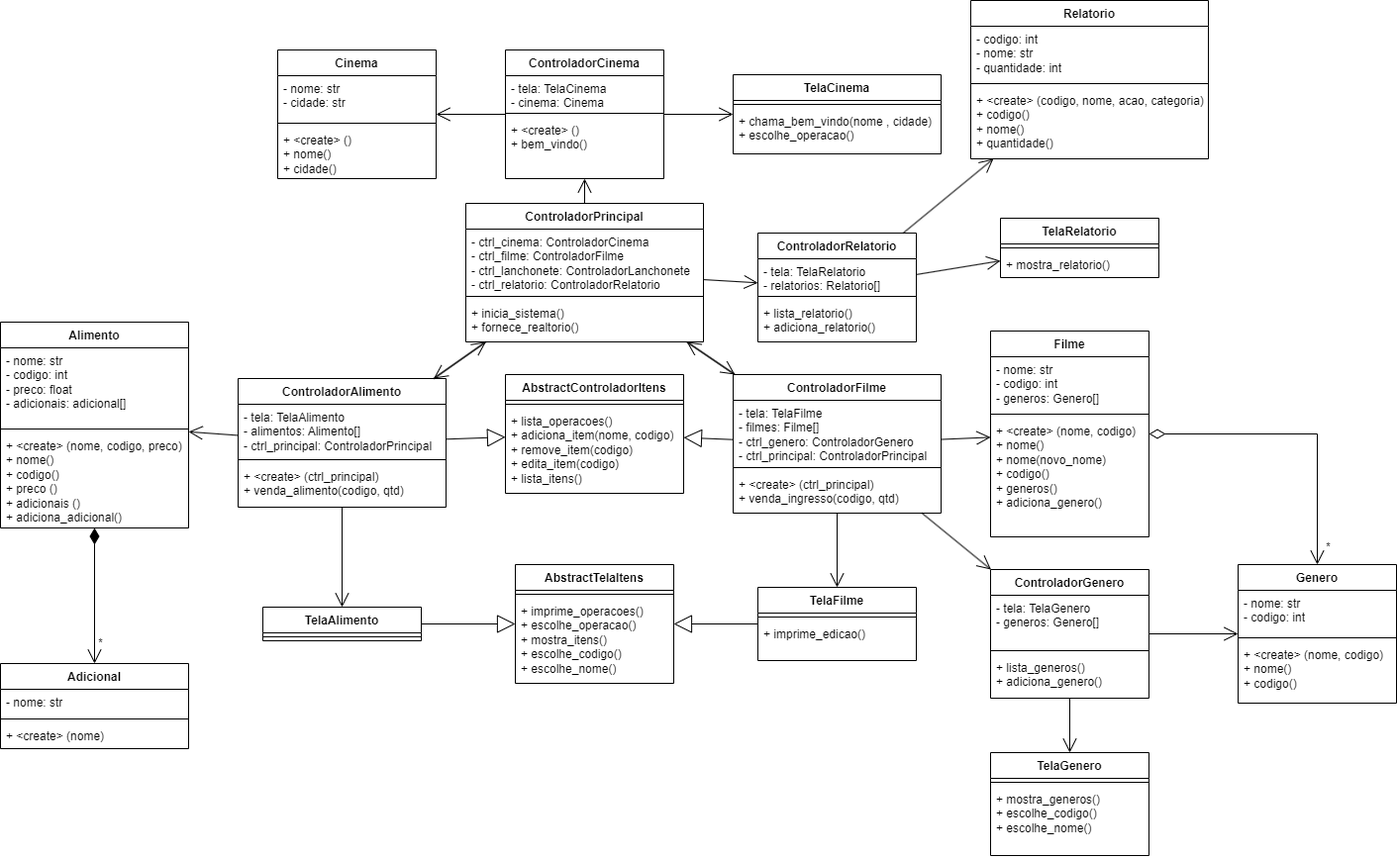
Above: ModelagemCinema.png in Gustavo-kohler/TrabalhoDSO (draw.io), before the change. Source tidied: cells renumbered, new cells last; positions are measured from the earlier drawing's top-left corner, leaving out a move shared by most shapes.
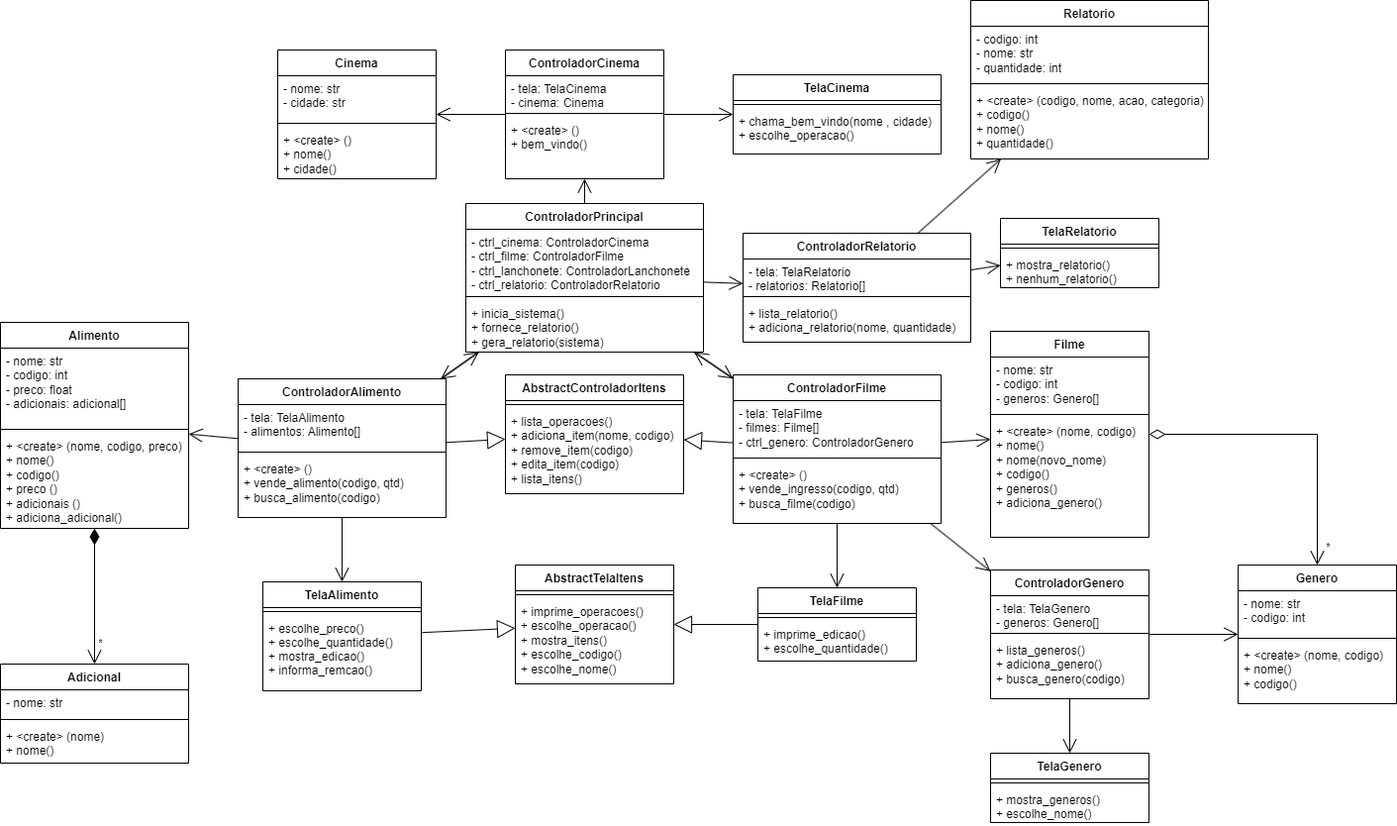
Later version of the same file.

Commit message:
adicionado metodo a tela alimento

Diff of the diagram source:
```diff
@@ -36,7 +36,7 @@
       <mxGeometry y="68" width="160" height="62" as="geometry" />
     </mxCell>
     <mxCell id="13" value="ControladorPrincipal" style="swimlane;fontStyle=1;align=center;verticalAlign=top;horizontal=1;startSize=26;whiteSpace=wrap;html=1;" parent="1" vertex="1">
-      <mxGeometry x="470" y="205" width="240" height="140" as="geometry" />
+      <mxGeometry x="470" y="205" width="240" height="150" as="geometry" />
     </mxCell>
     <mxCell id="14" value="- ctrl_cinema: ControladorCinema&lt;br&gt;- ctrl_filme: ControladorFilme&lt;br&gt;- ctrl_lanchonete: ControladorLanchonete&lt;br&gt;- ctrl_relatorio: ControladorRelatorio" style="text;strokeColor=none;fillColor=none;align=left;verticalAlign=top;spacingLeft=4;spacingRight=4;overflow=hidden;whiteSpace=wrap;html=1;" parent="13" vertex="1">
       <mxGeometry y="26" width="240" height="64" as="geometry" />
@@ -44,20 +44,20 @@
     <mxCell id="15" style="line;strokeWidth=1;fillColor=none;align=left;verticalAlign=middle;spacingTop=-1;spacingLeft=3;spacingRight=3;labelPosition=right;strokeColor=inherit;" parent="13" vertex="1">
       <mxGeometry y="90" width="240" height="8" as="geometry" />
     </mxCell>
-    <mxCell id="16" value="+ inicia_sistema()&lt;br&gt;+ fornece_realtorio()" style="text;strokeColor=none;fillColor=none;align=left;verticalAlign=top;spacingLeft=4;spacingRight=4;overflow=hidden;whiteSpace=wrap;html=1;" parent="13" vertex="1">
-      <mxGeometry y="98" width="240" height="42" as="geometry" />
+    <mxCell id="16" value="+ inicia_sistema()&lt;br&gt;+ fornece_relatorio()&lt;br&gt;+ gera_relatorio(sistema)" style="text;strokeColor=none;fillColor=none;align=left;verticalAlign=top;spacingLeft=4;spacingRight=4;overflow=hidden;whiteSpace=wrap;html=1;" parent="13" vertex="1">
+      <mxGeometry y="98" width="240" height="52" as="geometry" />
     </mxCell>
     <mxCell id="17" value="ControladorAlimento" style="swimlane;fontStyle=1;align=center;verticalAlign=top;horizontal=1;startSize=26;whiteSpace=wrap;html=1;" parent="1" vertex="1">
-      <mxGeometry x="240" y="382" width="210" height="130" as="geometry" />
+      <mxGeometry x="240" y="382" width="210" height="140" as="geometry" />
     </mxCell>
-    <mxCell id="18" value="- tela: TelaAlimento&lt;br style=&quot;border-color: var(--border-color);&quot;&gt;- alimentos: Alimento[]&lt;br&gt;- ctrl_principal: ControladorPrincipal" style="text;strokeColor=none;fillColor=none;align=left;verticalAlign=top;spacingLeft=4;spacingRight=4;overflow=hidden;whiteSpace=wrap;html=1;" parent="17" vertex="1">
-      <mxGeometry y="26" width="210" height="52" as="geometry" />
+    <mxCell id="18" value="- tela: TelaAlimento&lt;br style=&quot;border-color: var(--border-color);&quot;&gt;- alimentos: Alimento[]" style="text;strokeColor=none;fillColor=none;align=left;verticalAlign=top;spacingLeft=4;spacingRight=4;overflow=hidden;whiteSpace=wrap;html=1;" parent="17" vertex="1">
+      <mxGeometry y="26" width="210" height="44" as="geometry" />
     </mxCell>
     <mxCell id="19" style="line;strokeWidth=1;fillColor=none;align=left;verticalAlign=middle;spacingTop=-1;spacingLeft=3;spacingRight=3;labelPosition=right;strokeColor=inherit;" parent="17" vertex="1">
-      <mxGeometry y="78" width="210" height="8" as="geometry" />
+      <mxGeometry y="70" width="210" height="8" as="geometry" />
     </mxCell>
-    <mxCell id="20" value="+ &amp;lt;create&amp;gt; (ctrl_principal)&lt;br&gt;+ venda_alimento(codigo, qtd)" style="text;strokeColor=none;fillColor=none;align=left;verticalAlign=top;spacingLeft=4;spacingRight=4;overflow=hidden;whiteSpace=wrap;html=1;" parent="17" vertex="1">
-      <mxGeometry y="86" width="210" height="44" as="geometry" />
+    <mxCell id="20" value="+ &amp;lt;create&amp;gt; ()&lt;br&gt;+ vende_alimento(codigo, qtd)&lt;br&gt;+ busca_alimento(codigo)" style="text;strokeColor=none;fillColor=none;align=left;verticalAlign=top;spacingLeft=4;spacingRight=4;overflow=hidden;whiteSpace=wrap;html=1;" parent="17" vertex="1">
+      <mxGeometry y="78" width="210" height="62" as="geometry" />
     </mxCell>
     <mxCell id="21" value="Filme" style="swimlane;fontStyle=1;align=center;verticalAlign=top;horizontal=1;startSize=26;whiteSpace=wrap;html=1;" parent="1" vertex="1">
       <mxGeometry x="1000" y="334" width="160" height="208" as="geometry" />
@@ -71,12 +71,6 @@
     <mxCell id="24" value="+ &amp;lt;create&amp;gt; (nome, codigo)&lt;br&gt;+ nome()&lt;br&gt;+ nome(novo_nome)&lt;br&gt;+ codigo()&lt;br&gt;+ generos()&lt;br&gt;+ adiciona_genero()" style="text;strokeColor=none;fillColor=none;align=left;verticalAlign=top;spacingLeft=4;spacingRight=4;overflow=hidden;whiteSpace=wrap;html=1;" parent="21" vertex="1">
       <mxGeometry y="88" width="160" height="120" as="geometry" />
     </mxCell>
-    <mxCell id="25" value="TelaAlimento" style="swimlane;fontStyle=1;align=center;verticalAlign=top;horizontal=1;startSize=26;whiteSpace=wrap;html=1;" parent="1" vertex="1">
-      <mxGeometry x="265" y="613" width="160" height="34" as="geometry" />
-    </mxCell>
-    <mxCell id="26" style="line;strokeWidth=1;fillColor=none;align=left;verticalAlign=middle;spacingTop=-1;spacingLeft=3;spacingRight=3;labelPosition=right;strokeColor=inherit;" parent="25" vertex="1">
-      <mxGeometry y="26" width="160" height="8" as="geometry" />
-    </mxCell>
     <mxCell id="27" value="Alimento" style="swimlane;fontStyle=1;align=center;verticalAlign=top;horizontal=1;startSize=26;whiteSpace=wrap;html=1;" parent="1" vertex="1">
       <mxGeometry y="325" width="190" height="208" as="geometry" />
     </mxCell>
@@ -99,19 +93,19 @@
       <mxGeometry y="34" width="180" height="86" as="geometry" />
     </mxCell>
     <mxCell id="34" value="ControladorFilme" style="swimlane;fontStyle=1;align=center;verticalAlign=top;horizontal=1;startSize=26;whiteSpace=wrap;html=1;" parent="1" vertex="1">
-      <mxGeometry x="740" y="378" width="210" height="140" as="geometry" />
+      <mxGeometry x="740" y="378" width="210" height="150" as="geometry" />
     </mxCell>
-    <mxCell id="35" value="- tela: TelaFilme&lt;br style=&quot;border-color: var(--border-color);&quot;&gt;- filmes: Filme[]&lt;br&gt;- ctrl_genero: ControladorGenero&lt;br&gt;- ctrl_principal: ControladorPrincipal" style="text;strokeColor=none;fillColor=none;align=left;verticalAlign=top;spacingLeft=4;spacingRight=4;overflow=hidden;whiteSpace=wrap;html=1;" parent="34" vertex="1">
-      <mxGeometry y="26" width="210" height="64" as="geometry" />
+    <mxCell id="35" value="- tela: TelaFilme&lt;br style=&quot;border-color: var(--border-color);&quot;&gt;- filmes: Filme[]&lt;br&gt;- ctrl_genero: ControladorGenero" style="text;strokeColor=none;fillColor=none;align=left;verticalAlign=top;spacingLeft=4;spacingRight=4;overflow=hidden;whiteSpace=wrap;html=1;" parent="34" vertex="1">
+      <mxGeometry y="26" width="210" height="54" as="geometry" />
     </mxCell>
     <mxCell id="36" style="line;strokeWidth=1;fillColor=none;align=left;verticalAlign=middle;spacingTop=-1;spacingLeft=3;spacingRight=3;labelPosition=right;strokeColor=inherit;" parent="34" vertex="1">
-      <mxGeometry y="90" width="210" height="8" as="geometry" />
+      <mxGeometry y="80" width="210" height="8" as="geometry" />
     </mxCell>
-    <mxCell id="37" value="+ &amp;lt;create&amp;gt; (ctrl_principal)&lt;br&gt;+ venda_ingresso(codigo, qtd)" style="text;strokeColor=none;fillColor=none;align=left;verticalAlign=top;spacingLeft=4;spacingRight=4;overflow=hidden;whiteSpace=wrap;html=1;" parent="34" vertex="1">
-      <mxGeometry y="98" width="210" height="42" as="geometry" />
+    <mxCell id="37" value="+ &amp;lt;create&amp;gt; ()&lt;br&gt;+ vende_ingresso(codigo, qtd)&lt;br&gt;+ busca_filme(codigo)" style="text;strokeColor=none;fillColor=none;align=left;verticalAlign=top;spacingLeft=4;spacingRight=4;overflow=hidden;whiteSpace=wrap;html=1;" parent="34" vertex="1">
+      <mxGeometry y="88" width="210" height="62" as="geometry" />
     </mxCell>
     <mxCell id="38" value="Adicional" style="swimlane;fontStyle=1;align=center;verticalAlign=top;horizontal=1;startSize=26;whiteSpace=wrap;html=1;" parent="1" vertex="1">
-      <mxGeometry y="670" width="190" height="86" as="geometry" />
+      <mxGeometry y="670" width="190" height="100" as="geometry" />
     </mxCell>
     <mxCell id="39" value="- nome: str" style="text;strokeColor=none;fillColor=none;align=left;verticalAlign=top;spacingLeft=4;spacingRight=4;overflow=hidden;whiteSpace=wrap;html=1;" parent="38" vertex="1">
       <mxGeometry y="26" width="190" height="26" as="geometry" />
@@ -119,8 +113,8 @@
     <mxCell id="40" style="line;strokeWidth=1;fillColor=none;align=left;verticalAlign=middle;spacingTop=-1;spacingLeft=3;spacingRight=3;labelPosition=right;strokeColor=inherit;" parent="38" vertex="1">
       <mxGeometry y="52" width="190" height="8" as="geometry" />
     </mxCell>
-    <mxCell id="41" value="+ &amp;lt;create&amp;gt; (nome)&amp;nbsp;" style="text;strokeColor=none;fillColor=none;align=left;verticalAlign=top;spacingLeft=4;spacingRight=4;overflow=hidden;whiteSpace=wrap;html=1;" parent="38" vertex="1">
-      <mxGeometry y="60" width="190" height="26" as="geometry" />
+    <mxCell id="41" value="+ &amp;lt;create&amp;gt; (nome)&lt;br&gt;+ nome()&amp;nbsp;" style="text;strokeColor=none;fillColor=none;align=left;verticalAlign=top;spacingLeft=4;spacingRight=4;overflow=hidden;whiteSpace=wrap;html=1;" parent="38" vertex="1">
+      <mxGeometry y="60" width="190" height="40" as="geometry" />
     </mxCell>
     <mxCell id="42" value="Genero" style="swimlane;fontStyle=1;align=center;verticalAlign=top;horizontal=1;startSize=26;whiteSpace=wrap;html=1;" parent="1" vertex="1">
       <mxGeometry x="1250" y="570" width="160" height="140" as="geometry" />
@@ -147,22 +141,22 @@
       <mxGeometry x="1000" y="575" width="160" height="130" as="geometry" />
     </mxCell>
     <mxCell id="50" value="- tela: TelaGenero&lt;br&gt;- generos: Genero[]" style="text;strokeColor=none;fillColor=none;align=left;verticalAlign=top;spacingLeft=4;spacingRight=4;overflow=hidden;whiteSpace=wrap;html=1;" parent="49" vertex="1">
-      <mxGeometry y="26" width="160" height="52" as="geometry" />
+      <mxGeometry y="26" width="160" height="34" as="geometry" />
     </mxCell>
     <mxCell id="51" style="line;strokeWidth=1;fillColor=none;align=left;verticalAlign=middle;spacingTop=-1;spacingLeft=3;spacingRight=3;labelPosition=right;strokeColor=inherit;" parent="49" vertex="1">
-      <mxGeometry y="78" width="160" height="8" as="geometry" />
+      <mxGeometry y="60" width="160" height="8" as="geometry" />
     </mxCell>
-    <mxCell id="52" value="+ lista_generos()&lt;br&gt;+ adiciona_genero()" style="text;strokeColor=none;fillColor=none;align=left;verticalAlign=top;spacingLeft=4;spacingRight=4;overflow=hidden;whiteSpace=wrap;html=1;" parent="49" vertex="1">
-      <mxGeometry y="86" width="160" height="44" as="geometry" />
+    <mxCell id="52" value="+ lista_generos()&lt;br&gt;+ adiciona_genero()&lt;br&gt;+ busca_genero(codigo)" style="text;strokeColor=none;fillColor=none;align=left;verticalAlign=top;spacingLeft=4;spacingRight=4;overflow=hidden;whiteSpace=wrap;html=1;" parent="49" vertex="1">
+      <mxGeometry y="68" width="160" height="62" as="geometry" />
     </mxCell>
     <mxCell id="53" value="TelaGenero" style="swimlane;fontStyle=1;align=center;verticalAlign=top;horizontal=1;startSize=26;whiteSpace=wrap;html=1;" parent="1" vertex="1">
-      <mxGeometry x="1000" y="760" width="160" height="104" as="geometry" />
+      <mxGeometry x="1000" y="760" width="160" height="70" as="geometry" />
     </mxCell>
     <mxCell id="54" style="line;strokeWidth=1;fillColor=none;align=left;verticalAlign=middle;spacingTop=-1;spacingLeft=3;spacingRight=3;labelPosition=right;strokeColor=inherit;" parent="53" vertex="1">
       <mxGeometry y="26" width="160" height="8" as="geometry" />
     </mxCell>
-    <mxCell id="55" value="+ mostra_generos()&lt;br&gt;+&amp;nbsp;escolhe_codigo()&lt;br style=&quot;border-color: var(--border-color);&quot;&gt;+ escolhe_nome()" style="text;strokeColor=none;fillColor=none;align=left;verticalAlign=top;spacingLeft=4;spacingRight=4;overflow=hidden;whiteSpace=wrap;html=1;" parent="53" vertex="1">
-      <mxGeometry y="34" width="160" height="70" as="geometry" />
+    <mxCell id="55" value="+ mostra_generos()&lt;br&gt;+ escolhe_nome()" style="text;strokeColor=none;fillColor=none;align=left;verticalAlign=top;spacingLeft=4;spacingRight=4;overflow=hidden;whiteSpace=wrap;html=1;" parent="53" vertex="1">
+      <mxGeometry y="34" width="160" height="36" as="geometry" />
     </mxCell>
     <mxCell id="56" value="TelaFilme" style="swimlane;fontStyle=1;align=center;verticalAlign=top;horizontal=1;startSize=26;whiteSpace=wrap;html=1;" parent="1" vertex="1">
       <mxGeometry x="765" y="593" width="160" height="74" as="geometry" />
@@ -170,7 +164,7 @@
     <mxCell id="57" style="line;strokeWidth=1;fillColor=none;align=left;verticalAlign=middle;spacingTop=-1;spacingLeft=3;spacingRight=3;labelPosition=right;strokeColor=inherit;" parent="56" vertex="1">
       <mxGeometry y="26" width="160" height="8" as="geometry" />
     </mxCell>
-    <mxCell id="58" value="+ imprime_edicao()" style="text;strokeColor=none;fillColor=none;align=left;verticalAlign=top;spacingLeft=4;spacingRight=4;overflow=hidden;whiteSpace=wrap;html=1;" parent="56" vertex="1">
+    <mxCell id="58" value="+ imprime_edicao()&lt;br&gt;+ escolhe_quantidade()" style="text;strokeColor=none;fillColor=none;align=left;verticalAlign=top;spacingLeft=4;spacingRight=4;overflow=hidden;whiteSpace=wrap;html=1;" parent="56" vertex="1">
       <mxGeometry y="34" width="160" height="40" as="geometry" />
     </mxCell>
     <mxCell id="59" style="endArrow=open;endFill=1;endSize=12;html=1;rounded=0;" parent="1" edge="1" source="13" target="34">
@@ -238,16 +232,16 @@
       <mxGeometry relative="1" as="geometry" />
     </mxCell>
     <mxCell id="79" value="ControladorRelatorio" style="swimlane;fontStyle=1;align=center;verticalAlign=top;horizontal=1;startSize=26;whiteSpace=wrap;html=1;" parent="1" vertex="1">
-      <mxGeometry x="765" y="235" width="160" height="110" as="geometry" />
+      <mxGeometry x="750" y="235" width="230" height="110" as="geometry" />
     </mxCell>
     <mxCell id="80" value="- tela: TelaRelatorio&lt;br&gt;- relatorios: Relatorio[]" style="text;strokeColor=none;fillColor=none;align=left;verticalAlign=top;spacingLeft=4;spacingRight=4;overflow=hidden;whiteSpace=wrap;html=1;" parent="79" vertex="1">
-      <mxGeometry y="26" width="160" height="34" as="geometry" />
+      <mxGeometry y="26" width="230" height="34" as="geometry" />
     </mxCell>
     <mxCell id="81" style="line;strokeWidth=1;fillColor=none;align=left;verticalAlign=middle;spacingTop=-1;spacingLeft=3;spacingRight=3;labelPosition=right;strokeColor=inherit;" parent="79" vertex="1">
-      <mxGeometry y="60" width="160" height="8" as="geometry" />
+      <mxGeometry y="60" width="230" height="8" as="geometry" />
     </mxCell>
-    <mxCell id="82" value="+ lista_relatorio()&lt;br&gt;+ adiciona_relatorio()" style="text;strokeColor=none;fillColor=none;align=left;verticalAlign=top;spacingLeft=4;spacingRight=4;overflow=hidden;whiteSpace=wrap;html=1;" parent="79" vertex="1">
-      <mxGeometry y="68" width="160" height="42" as="geometry" />
+    <mxCell id="82" value="+ lista_relatorio()&lt;br&gt;+ adiciona_relatorio(nome, quantidade)" style="text;strokeColor=none;fillColor=none;align=left;verticalAlign=top;spacingLeft=4;spacingRight=4;overflow=hidden;whiteSpace=wrap;html=1;" parent="79" vertex="1">
+      <mxGeometry y="68" width="230" height="42" as="geometry" />
     </mxCell>
     <mxCell id="83" value="Relatorio" style="swimlane;fontStyle=1;align=center;verticalAlign=top;horizontal=1;startSize=26;whiteSpace=wrap;html=1;" parent="1" vertex="1">
       <mxGeometry x="980" width="240" height="160" as="geometry" />
@@ -262,13 +256,13 @@
       <mxGeometry y="88" width="240" height="72" as="geometry" />
     </mxCell>
     <mxCell id="87" value="TelaRelatorio" style="swimlane;fontStyle=1;align=center;verticalAlign=top;horizontal=1;startSize=26;whiteSpace=wrap;html=1;" parent="1" vertex="1">
-      <mxGeometry x="1010" y="220" width="160" height="60" as="geometry" />
+      <mxGeometry x="1010" y="220" width="160" height="70" as="geometry" />
     </mxCell>
     <mxCell id="88" style="line;strokeWidth=1;fillColor=none;align=left;verticalAlign=middle;spacingTop=-1;spacingLeft=3;spacingRight=3;labelPosition=right;strokeColor=inherit;" parent="87" vertex="1">
       <mxGeometry y="26" width="160" height="8" as="geometry" />
     </mxCell>
-    <mxCell id="89" value="+ mostra_relatorio()" style="text;strokeColor=none;fillColor=none;align=left;verticalAlign=top;spacingLeft=4;spacingRight=4;overflow=hidden;whiteSpace=wrap;html=1;" parent="87" vertex="1">
-      <mxGeometry y="34" width="160" height="26" as="geometry" />
+    <mxCell id="89" value="+ mostra_relatorio()&lt;br&gt;+ nenhum_relatorio()" style="text;strokeColor=none;fillColor=none;align=left;verticalAlign=top;spacingLeft=4;spacingRight=4;overflow=hidden;whiteSpace=wrap;html=1;" parent="87" vertex="1">
+      <mxGeometry y="34" width="160" height="36" as="geometry" />
     </mxCell>
     <mxCell id="90" style="endArrow=open;endFill=1;endSize=12;html=1;rounded=0;" parent="1" edge="1" source="13" target="79">
       <mxGeometry relative="1" as="geometry" />
@@ -285,5 +279,14 @@
     <mxCell id="94" style="endArrow=open;endFill=1;endSize=12;html=1;rounded=0;" parent="1" edge="1" source="17" target="13">
       <mxGeometry relative="1" as="geometry" />
     </mxCell>
+    <mxCell id="25" value="TelaAlimento" style="swimlane;fontStyle=1;align=center;verticalAlign=top;horizontal=1;startSize=26;" parent="1" vertex="1">
+      <mxGeometry x="265" y="587" width="160" height="110" as="geometry" />
+    </mxCell>
+    <mxCell id="26" style="line;strokeWidth=1;fillColor=none;align=left;verticalAlign=middle;spacingTop=-1;spacingLeft=3;spacingRight=3;labelPosition=right;strokeColor=inherit;" parent="25" vertex="1">
+      <mxGeometry y="26" width="160" height="8" as="geometry" />
+    </mxCell>
+    <mxCell id="95" value="+ escolhe_preco()&#10;+ escolhe_quantidade()&#10;+ mostra_edicao()&#10;+ informa_remcao()" style="text;strokeColor=none;fillColor=none;align=left;verticalAlign=top;spacingLeft=4;spacingRight=4;overflow=hidden;" parent="25" vertex="1">
+      <mxGeometry y="34" width="160" height="76" as="geometry" />
+    </mxCell>
   </root>
 </mxGraphModel>
```
